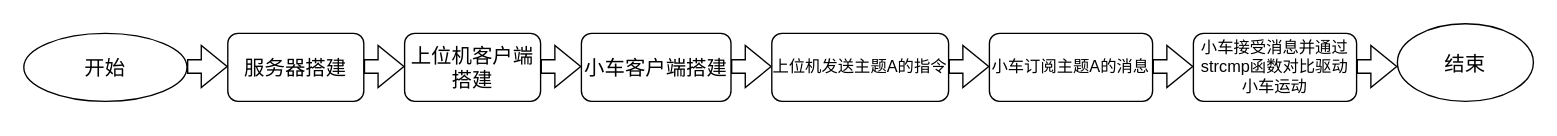
Wangjiawei0307/Java-concurrency keeps this draw.io diagram as 未命名绘图.drawio. Above is the earlier version. Source tidied: cells renumbered, new cells numbered last; positions are measured from the earlier drawing's top-left corner, leaving out a move shared by most shapes. Both pictures are drawn from the tidied source at 136%, with x=0, y=0 at pixel (23, 23).
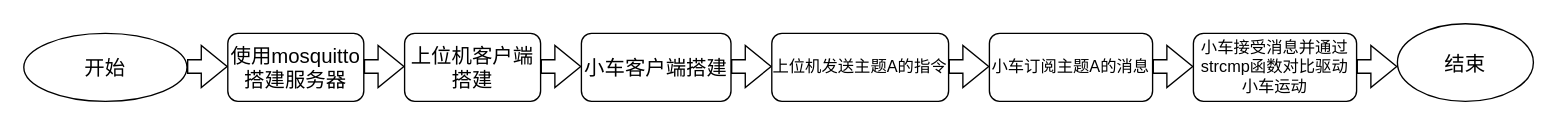
Above is the later version.

Change to the diagram source:
```diff
@@
-    <mxCell id="3" value="&lt;font style=&quot;font-size: 15px;&quot;&gt;服务器搭建&lt;/font&gt;" style="rounded=1;whiteSpace=wrap;html=1;" parent="1" vertex="1">
+    <mxCell id="3" value="&lt;font style=&quot;font-size: 15px;&quot;&gt;使用mosquitto搭建服务器&lt;/font&gt;" style="rounded=1;whiteSpace=wrap;html=1;" parent="1" vertex="1">
       <mxGeometry x="150" y="7" width="100" height="50" as="geometry" />
     </mxCell>
```
